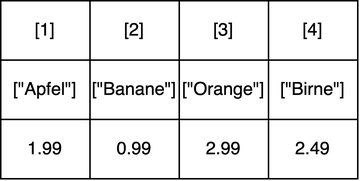
This is images/named_vector.png from lipogg/textanalyse-mit-r, a draw.io export, as it was before one commit. Source tidied: cells renumbered, new cells last; positions are measured from the earlier drawing's top-left corner, leaving out a move shared by most shapes. Its diagram source:
```xml
<mxGraphModel>
  <root>
    <mxCell id="0" />
    <mxCell id="1" parent="0" />
    <mxCell id="2" style="shape=table;startSize=0;" parent="1" vertex="1">
      <mxGeometry width="240" height="120" as="geometry" />
    </mxCell>
    <mxCell id="3" style="shape=tableRow;horizontal=0;startSize=0;swimlaneHead=0;swimlaneBody=0;strokeColor=inherit;top=0;left=0;bottom=0;right=0;fillColor=none;" parent="2" vertex="1">
      <mxGeometry width="240" height="40" as="geometry" />
    </mxCell>
    <mxCell id="4" value="[1]" style="shape=partialRectangle;html=1;whiteSpace=wrap;strokeColor=inherit;overflow=hidden;fillColor=none;top=0;left=0;bottom=0;right=0;" parent="3" vertex="1">
      <mxGeometry width="60" height="40" as="geometry" />
    </mxCell>
    <mxCell id="5" value="[2]" style="shape=partialRectangle;html=1;whiteSpace=wrap;strokeColor=inherit;overflow=hidden;fillColor=none;top=0;left=0;bottom=0;right=0;" parent="3" vertex="1">
      <mxGeometry x="60" width="60" height="40" as="geometry" />
    </mxCell>
    <mxCell id="6" value="[3]" style="shape=partialRectangle;html=1;whiteSpace=wrap;strokeColor=inherit;overflow=hidden;fillColor=none;top=0;left=0;bottom=0;right=0;" parent="3" vertex="1">
      <mxGeometry x="120" width="60" height="40" as="geometry" />
    </mxCell>
    <mxCell id="7" value="[4]" style="shape=partialRectangle;html=1;whiteSpace=wrap;strokeColor=inherit;overflow=hidden;fillColor=none;top=0;left=0;bottom=0;right=0;" parent="3" vertex="1">
      <mxGeometry x="180" width="60" height="40" as="geometry" />
    </mxCell>
    <mxCell id="8" style="shape=tableRow;horizontal=0;startSize=0;swimlaneHead=0;swimlaneBody=0;strokeColor=inherit;top=0;left=0;bottom=0;right=0;fillColor=none;" parent="2" vertex="1">
      <mxGeometry y="40" width="240" height="40" as="geometry" />
    </mxCell>
    <mxCell id="9" value="[&quot;Apfel&quot;]" style="shape=partialRectangle;html=1;whiteSpace=wrap;strokeColor=inherit;overflow=hidden;fillColor=none;top=0;left=0;bottom=0;right=0;" parent="8" vertex="1">
      <mxGeometry width="60" height="40" as="geometry" />
    </mxCell>
    <mxCell id="10" value="[&quot;Banane&quot;]" style="shape=partialRectangle;html=1;whiteSpace=wrap;strokeColor=inherit;overflow=hidden;fillColor=none;top=0;left=0;bottom=0;right=0;" parent="8" vertex="1">
      <mxGeometry x="60" width="60" height="40" as="geometry" />
    </mxCell>
    <mxCell id="11" value="[&quot;Orange&quot;]" style="shape=partialRectangle;html=1;whiteSpace=wrap;strokeColor=inherit;overflow=hidden;fillColor=none;top=0;left=0;bottom=0;right=0;" parent="8" vertex="1">
      <mxGeometry x="120" width="60" height="40" as="geometry" />
    </mxCell>
    <mxCell id="12" value="[&quot;Birne&quot;]" style="shape=partialRectangle;html=1;whiteSpace=wrap;strokeColor=inherit;overflow=hidden;fillColor=none;top=0;left=0;bottom=0;right=0;" parent="8" vertex="1">
      <mxGeometry x="180" width="60" height="40" as="geometry" />
    </mxCell>
    <mxCell id="13" style="shape=tableRow;horizontal=0;startSize=0;swimlaneHead=0;swimlaneBody=0;strokeColor=inherit;top=0;left=0;bottom=0;right=0;fillColor=none;" parent="2" vertex="1">
      <mxGeometry y="80" width="240" height="40" as="geometry" />
    </mxCell>
    <mxCell id="14" value="1.99" style="shape=partialRectangle;html=1;whiteSpace=wrap;strokeColor=inherit;overflow=hidden;fillColor=none;top=0;left=0;bottom=0;right=0;" parent="13" vertex="1">
      <mxGeometry width="60" height="40" as="geometry" />
    </mxCell>
    <mxCell id="15" value="0.99" style="shape=partialRectangle;html=1;whiteSpace=wrap;strokeColor=inherit;overflow=hidden;fillColor=none;top=0;left=0;bottom=0;right=0;" parent="13" vertex="1">
      <mxGeometry x="60" width="60" height="40" as="geometry" />
    </mxCell>
    <mxCell id="16" value="2.99" style="shape=partialRectangle;html=1;whiteSpace=wrap;strokeColor=inherit;overflow=hidden;fillColor=none;top=0;left=0;bottom=0;right=0;" parent="13" vertex="1">
      <mxGeometry x="120" width="60" height="40" as="geometry" />
    </mxCell>
    <mxCell id="17" value="2.49" style="shape=partialRectangle;html=1;whiteSpace=wrap;strokeColor=inherit;overflow=hidden;fillColor=none;top=0;left=0;bottom=0;right=0;" parent="13" vertex="1">
      <mxGeometry x="180" width="60" height="40" as="geometry" />
    </mxCell>
  </root>
</mxGraphModel>
```
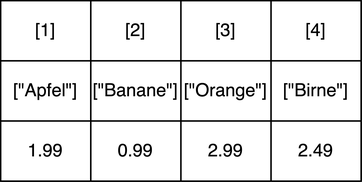
After the change.

Diff of the diagram source:
```diff
@@ -2,10 +2,10 @@
   <root>
     <mxCell id="0" />
     <mxCell id="1" parent="0" />
-    <mxCell id="2" style="shape=table;startSize=0;" parent="1" vertex="1">
-      <mxGeometry width="240" height="120" as="geometry" />
-    </mxCell>
+    <mxCell id="18" style="shape=table;startSize=0;" parent="1" vertex="1">
+      <mxGeometry x="80" y="70" width="240" height="120" as="geometry" />
+    </mxCell>
-    <mxCell id="3" style="shape=tableRow;horizontal=0;startSize=0;swimlaneHead=0;swimlaneBody=0;strokeColor=inherit;top=0;left=0;bottom=0;right=0;fillColor=none;" parent="2" vertex="1">
+    <mxCell id="3" style="shape=tableRow;horizontal=0;startSize=0;swimlaneHead=0;swimlaneBody=0;strokeColor=inherit;top=0;left=0;bottom=0;right=0;fillColor=none;" parent="18" vertex="1">
       <mxGeometry width="240" height="40" as="geometry" />
     </mxCell>
     <mxCell id="4" value="[1]" style="shape=partialRectangle;html=1;whiteSpace=wrap;strokeColor=inherit;overflow=hidden;fillColor=none;top=0;left=0;bottom=0;right=0;" parent="3" vertex="1">
@@ -20,7 +20,7 @@
     <mxCell id="7" value="[4]" style="shape=partialRectangle;html=1;whiteSpace=wrap;strokeColor=inherit;overflow=hidden;fillColor=none;top=0;left=0;bottom=0;right=0;" parent="3" vertex="1">
       <mxGeometry x="180" width="60" height="40" as="geometry" />
     </mxCell>
-    <mxCell id="8" style="shape=tableRow;horizontal=0;startSize=0;swimlaneHead=0;swimlaneBody=0;strokeColor=inherit;top=0;left=0;bottom=0;right=0;fillColor=none;" parent="2" vertex="1">
+    <mxCell id="8" style="shape=tableRow;horizontal=0;startSize=0;swimlaneHead=0;swimlaneBody=0;strokeColor=inherit;top=0;left=0;bottom=0;right=0;fillColor=none;" parent="18" vertex="1">
       <mxGeometry y="40" width="240" height="40" as="geometry" />
     </mxCell>
     <mxCell id="9" value="[&quot;Apfel&quot;]" style="shape=partialRectangle;html=1;whiteSpace=wrap;strokeColor=inherit;overflow=hidden;fillColor=none;top=0;left=0;bottom=0;right=0;" parent="8" vertex="1">
@@ -35,7 +35,7 @@
     <mxCell id="12" value="[&quot;Birne&quot;]" style="shape=partialRectangle;html=1;whiteSpace=wrap;strokeColor=inherit;overflow=hidden;fillColor=none;top=0;left=0;bottom=0;right=0;" parent="8" vertex="1">
       <mxGeometry x="180" width="60" height="40" as="geometry" />
     </mxCell>
-    <mxCell id="13" style="shape=tableRow;horizontal=0;startSize=0;swimlaneHead=0;swimlaneBody=0;strokeColor=inherit;top=0;left=0;bottom=0;right=0;fillColor=none;" parent="2" vertex="1">
+    <mxCell id="13" style="shape=tableRow;horizontal=0;startSize=0;swimlaneHead=0;swimlaneBody=0;strokeColor=inherit;top=0;left=0;bottom=0;right=0;fillColor=none;" parent="18" vertex="1">
       <mxGeometry y="80" width="240" height="40" as="geometry" />
     </mxCell>
     <mxCell id="14" value="1.99" style="shape=partialRectangle;html=1;whiteSpace=wrap;strokeColor=inherit;overflow=hidden;fillColor=none;top=0;left=0;bottom=0;right=0;" parent="13" vertex="1">
```
